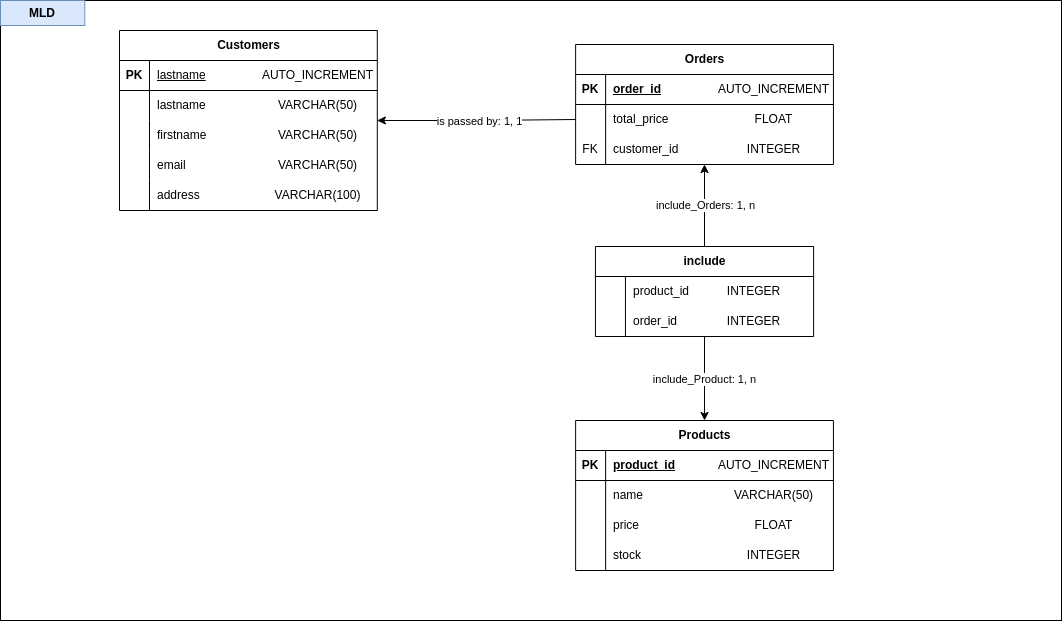
Earlier version of the draw.io export doc/Merise/TP-MERISE-MLD.drawio.png (Huriaux/template-repository). Source tidied: cells renumbered, new cells last; positions are measured from the earlier drawing's top-left corner, leaving out a move shared by most shapes. Its diagram source:
```xml
<mxGraphModel>
  <root>
    <mxCell id="0" />
    <mxCell id="1" parent="0" />
    <mxCell id="2" style="group;" parent="1" vertex="1">
      <mxGeometry width="1061" height="620" as="geometry" />
    </mxCell>
    <mxCell id="3" style="rounded=0;whiteSpace=wrap;html=1;" parent="2" vertex="1">
      <mxGeometry width="1061" height="620" as="geometry" />
    </mxCell>
    <mxCell id="4" value="MLD" style="text;html=1;align=center;verticalAlign=middle;whiteSpace=wrap;rounded=0;fontStyle=1;fillColor=#dae8fc;strokeColor=#6c8ebf;" parent="2" vertex="1">
      <mxGeometry width="84.3" height="25" as="geometry" />
    </mxCell>
    <mxCell id="5" style="group;" parent="2" vertex="1">
      <mxGeometry x="575.1" y="420" width="257.8" height="150" as="geometry" />
    </mxCell>
    <mxCell id="6" value="Products" style="shape=table;startSize=30;rowLines=0;fontStyle=1;align=center;html=1;" parent="5" vertex="1">
      <mxGeometry width="257.8" height="150" as="geometry" />
    </mxCell>
    <mxCell id="7" style="shape=tableRow;horizontal=0;startSize=0;swimlaneHead=0;swimlaneBody=0;fillColor=none;top=0;left=0;right=0;bottom=1;" parent="6" vertex="1">
      <mxGeometry y="30" width="257.8" height="30" as="geometry" />
    </mxCell>
    <mxCell id="8" value="PK" style="shape=partialRectangle;fillColor=none;top=0;left=0;bottom=0;right=0;fontStyle=1;overflow=hidden;whiteSpace=wrap;html=1;" parent="7" vertex="1">
      <mxGeometry width="30" height="30" as="geometry" />
    </mxCell>
    <mxCell id="9" value="product_id" style="shape=partialRectangle;fillColor=none;top=0;left=0;bottom=0;right=0;align=left;spacingLeft=6;fontStyle=5;overflow=hidden;whiteSpace=wrap;html=1;" parent="7" vertex="1">
      <mxGeometry x="30" width="227.8" height="30" as="geometry" />
    </mxCell>
    <mxCell id="10" style="shape=tableRow;horizontal=0;startSize=0;swimlaneHead=0;swimlaneBody=0;fillColor=none;top=0;left=0;right=0;bottom=0;" parent="6" vertex="1">
      <mxGeometry y="60" width="257.8" height="30" as="geometry" />
    </mxCell>
    <mxCell id="11" style="shape=partialRectangle;fillColor=none;top=0;left=0;bottom=0;right=0;overflow=hidden;whiteSpace=wrap;html=1;" parent="10" vertex="1">
      <mxGeometry width="30" height="30" as="geometry" />
    </mxCell>
    <mxCell id="12" value="name" style="shape=partialRectangle;fillColor=none;top=0;left=0;bottom=0;right=0;align=left;spacingLeft=6;overflow=hidden;whiteSpace=wrap;html=1;" parent="10" vertex="1">
      <mxGeometry x="30" width="227.8" height="30" as="geometry" />
    </mxCell>
    <mxCell id="13" style="shape=tableRow;horizontal=0;startSize=0;swimlaneHead=0;swimlaneBody=0;fillColor=none;top=0;left=0;right=0;bottom=0;" parent="6" vertex="1">
      <mxGeometry y="90" width="257.8" height="30" as="geometry" />
    </mxCell>
    <mxCell id="14" style="shape=partialRectangle;fillColor=none;top=0;left=0;bottom=0;right=0;overflow=hidden;whiteSpace=wrap;html=1;" parent="13" vertex="1">
      <mxGeometry width="30" height="30" as="geometry" />
    </mxCell>
    <mxCell id="15" value="price" style="shape=partialRectangle;fillColor=none;top=0;left=0;bottom=0;right=0;align=left;spacingLeft=6;overflow=hidden;whiteSpace=wrap;html=1;" parent="13" vertex="1">
      <mxGeometry x="30" width="227.8" height="30" as="geometry" />
    </mxCell>
    <mxCell id="16" style="shape=tableRow;horizontal=0;startSize=0;swimlaneHead=0;swimlaneBody=0;fillColor=none;top=0;left=0;right=0;bottom=0;" parent="6" vertex="1">
      <mxGeometry y="120" width="257.8" height="30" as="geometry" />
    </mxCell>
    <mxCell id="17" style="shape=partialRectangle;fillColor=none;top=0;left=0;bottom=0;right=0;overflow=hidden;whiteSpace=wrap;html=1;" parent="16" vertex="1">
      <mxGeometry width="30" height="30" as="geometry" />
    </mxCell>
    <mxCell id="18" value="stock" style="shape=partialRectangle;fillColor=none;top=0;left=0;bottom=0;right=0;align=left;spacingLeft=6;overflow=hidden;whiteSpace=wrap;html=1;" parent="16" vertex="1">
      <mxGeometry x="30" width="227.8" height="30" as="geometry" />
    </mxCell>
    <mxCell id="19" value="AUTO_INCREMENT" style="text;html=1;align=center;verticalAlign=middle;whiteSpace=wrap;rounded=0;" parent="5" vertex="1">
      <mxGeometry x="138.8" y="30" width="119" height="30" as="geometry" />
    </mxCell>
    <mxCell id="20" value="VARCHAR(50)" style="text;html=1;align=center;verticalAlign=middle;whiteSpace=wrap;rounded=0;" parent="5" vertex="1">
      <mxGeometry x="138.8" y="60" width="119" height="30" as="geometry" />
    </mxCell>
    <mxCell id="21" value="FLOAT" style="text;html=1;align=center;verticalAlign=middle;whiteSpace=wrap;rounded=0;" parent="5" vertex="1">
      <mxGeometry x="138.8" y="90" width="119" height="30" as="geometry" />
    </mxCell>
    <mxCell id="22" value="INTEGER" style="text;html=1;align=center;verticalAlign=middle;whiteSpace=wrap;rounded=0;" parent="5" vertex="1">
      <mxGeometry x="138.8" y="120" width="119" height="30" as="geometry" />
    </mxCell>
    <mxCell id="23" style="group;" parent="2" vertex="1">
      <mxGeometry x="575.1" y="44" width="257.8" height="120" as="geometry" />
    </mxCell>
    <mxCell id="24" style="group;" parent="23" vertex="1">
      <mxGeometry width="257.8" height="90" as="geometry" />
    </mxCell>
    <mxCell id="25" value="Orders" style="shape=table;startSize=30;rowLines=0;fontStyle=1;align=center;html=1;" parent="24" vertex="1">
      <mxGeometry width="257.8" height="120" as="geometry" />
    </mxCell>
    <mxCell id="26" style="shape=tableRow;horizontal=0;startSize=0;swimlaneHead=0;swimlaneBody=0;fillColor=none;top=0;left=0;right=0;bottom=1;" parent="25" vertex="1">
      <mxGeometry y="30" width="257.8" height="30" as="geometry" />
    </mxCell>
    <mxCell id="27" value="PK" style="shape=partialRectangle;fillColor=none;top=0;left=0;bottom=0;right=0;fontStyle=1;overflow=hidden;whiteSpace=wrap;html=1;" parent="26" vertex="1">
      <mxGeometry width="30" height="30" as="geometry" />
    </mxCell>
    <mxCell id="28" value="order_id" style="shape=partialRectangle;fillColor=none;top=0;left=0;bottom=0;right=0;align=left;spacingLeft=6;fontStyle=5;overflow=hidden;whiteSpace=wrap;html=1;" parent="26" vertex="1">
      <mxGeometry x="30" width="227.8" height="30" as="geometry" />
    </mxCell>
    <mxCell id="29" style="shape=tableRow;horizontal=0;startSize=0;swimlaneHead=0;swimlaneBody=0;fillColor=none;points=[[0,0.5],[1,0.5]];portConstraint=eastwest;top=0;left=0;right=0;bottom=0;" parent="25" vertex="1">
      <mxGeometry y="60" width="257.8" height="30" as="geometry" />
    </mxCell>
    <mxCell id="30" style="shape=partialRectangle;fillColor=none;top=0;left=0;bottom=0;right=0;overflow=hidden;whiteSpace=wrap;html=1;" parent="29" vertex="1">
      <mxGeometry width="30" height="30" as="geometry" />
    </mxCell>
    <mxCell id="31" value="total_price" style="shape=partialRectangle;fillColor=none;top=0;left=0;bottom=0;right=0;align=left;spacingLeft=6;overflow=hidden;whiteSpace=wrap;html=1;" parent="29" vertex="1">
      <mxGeometry x="30" width="227.8" height="30" as="geometry" />
    </mxCell>
    <mxCell id="32" style="shape=tableRow;horizontal=0;startSize=0;swimlaneHead=0;swimlaneBody=0;fillColor=none;top=0;left=0;right=0;bottom=0;" parent="25" vertex="1">
      <mxGeometry y="90" width="257.8" height="30" as="geometry" />
    </mxCell>
    <mxCell id="33" value="FK" style="shape=partialRectangle;fillColor=none;top=0;left=0;bottom=0;right=0;overflow=hidden;whiteSpace=wrap;html=1;" parent="32" vertex="1">
      <mxGeometry width="30" height="30" as="geometry" />
    </mxCell>
    <mxCell id="34" value="customer_id" style="shape=partialRectangle;fillColor=none;top=0;left=0;bottom=0;right=0;align=left;spacingLeft=6;overflow=hidden;whiteSpace=wrap;html=1;" parent="32" vertex="1">
      <mxGeometry x="30" width="227.8" height="30" as="geometry" />
    </mxCell>
    <mxCell id="35" value="AUTO_INCREMENT" style="text;html=1;align=center;verticalAlign=middle;whiteSpace=wrap;rounded=0;" parent="24" vertex="1">
      <mxGeometry x="138.8" y="30" width="119" height="30" as="geometry" />
    </mxCell>
    <mxCell id="36" value="FLOAT" style="text;html=1;align=center;verticalAlign=middle;whiteSpace=wrap;rounded=0;" parent="24" vertex="1">
      <mxGeometry x="138.8" y="60" width="119" height="30" as="geometry" />
    </mxCell>
    <mxCell id="37" value="INTEGER" style="text;html=1;align=center;verticalAlign=middle;whiteSpace=wrap;rounded=0;" parent="23" vertex="1">
      <mxGeometry x="138.8" y="90" width="119" height="30" as="geometry" />
    </mxCell>
    <mxCell id="38" style="group;" parent="2" vertex="1">
      <mxGeometry x="119" y="30" width="257.8" height="180" as="geometry" />
    </mxCell>
    <mxCell id="39" value="Customers" style="shape=table;startSize=30;rowLines=0;fontStyle=1;align=center;html=1;" parent="38" vertex="1">
      <mxGeometry width="257.8" height="180" as="geometry" />
    </mxCell>
    <mxCell id="40" style="shape=tableRow;horizontal=0;startSize=0;swimlaneHead=0;swimlaneBody=0;fillColor=none;top=0;left=0;right=0;bottom=1;" parent="39" vertex="1">
      <mxGeometry y="30" width="257.8" height="30" as="geometry" />
    </mxCell>
    <mxCell id="41" value="PK" style="shape=partialRectangle;fillColor=none;top=0;left=0;bottom=0;right=0;fontStyle=1;overflow=hidden;whiteSpace=wrap;html=1;" parent="40" vertex="1">
      <mxGeometry width="30" height="30" as="geometry" />
    </mxCell>
    <mxCell id="42" value="&lt;span style=&quot;font-weight: 400;&quot;&gt;lastname&lt;/span&gt;" style="shape=partialRectangle;fillColor=none;top=0;left=0;bottom=0;right=0;align=left;spacingLeft=6;fontStyle=5;overflow=hidden;whiteSpace=wrap;html=1;" parent="40" vertex="1">
      <mxGeometry x="30" width="227.8" height="30" as="geometry" />
    </mxCell>
    <mxCell id="43" style="shape=tableRow;horizontal=0;startSize=0;swimlaneHead=0;swimlaneBody=0;fillColor=none;top=0;left=0;right=0;bottom=0;" parent="39" vertex="1">
      <mxGeometry y="60" width="257.8" height="30" as="geometry" />
    </mxCell>
    <mxCell id="44" style="shape=partialRectangle;fillColor=none;top=0;left=0;bottom=0;right=0;overflow=hidden;whiteSpace=wrap;html=1;" parent="43" vertex="1">
      <mxGeometry width="30" height="30" as="geometry" />
    </mxCell>
    <mxCell id="45" value="lastname" style="shape=partialRectangle;fillColor=none;top=0;left=0;bottom=0;right=0;align=left;spacingLeft=6;overflow=hidden;whiteSpace=wrap;html=1;" parent="43" vertex="1">
      <mxGeometry x="30" width="227.8" height="30" as="geometry" />
    </mxCell>
    <mxCell id="46" style="shape=tableRow;horizontal=0;startSize=0;swimlaneHead=0;swimlaneBody=0;fillColor=none;top=0;left=0;right=0;bottom=0;" parent="39" vertex="1">
      <mxGeometry y="90" width="257.8" height="30" as="geometry" />
    </mxCell>
    <mxCell id="47" style="shape=partialRectangle;fillColor=none;top=0;left=0;bottom=0;right=0;overflow=hidden;whiteSpace=wrap;html=1;" parent="46" vertex="1">
      <mxGeometry width="30" height="30" as="geometry" />
    </mxCell>
    <mxCell id="48" value="firstname" style="shape=partialRectangle;fillColor=none;top=0;left=0;bottom=0;right=0;align=left;spacingLeft=6;overflow=hidden;whiteSpace=wrap;html=1;" parent="46" vertex="1">
      <mxGeometry x="30" width="227.8" height="30" as="geometry" />
    </mxCell>
    <mxCell id="49" style="shape=tableRow;horizontal=0;startSize=0;swimlaneHead=0;swimlaneBody=0;fillColor=none;top=0;left=0;right=0;bottom=0;" parent="39" vertex="1">
      <mxGeometry y="120" width="257.8" height="30" as="geometry" />
    </mxCell>
    <mxCell id="50" style="shape=partialRectangle;fillColor=none;top=0;left=0;bottom=0;right=0;overflow=hidden;whiteSpace=wrap;html=1;" parent="49" vertex="1">
      <mxGeometry width="30" height="30" as="geometry" />
    </mxCell>
    <mxCell id="51" value="email" style="shape=partialRectangle;fillColor=none;top=0;left=0;bottom=0;right=0;align=left;spacingLeft=6;overflow=hidden;whiteSpace=wrap;html=1;" parent="49" vertex="1">
      <mxGeometry x="30" width="227.8" height="30" as="geometry" />
    </mxCell>
    <mxCell id="52" style="shape=tableRow;horizontal=0;startSize=0;swimlaneHead=0;swimlaneBody=0;fillColor=none;top=0;left=0;right=0;bottom=0;" parent="39" vertex="1">
      <mxGeometry y="150" width="257.8" height="30" as="geometry" />
    </mxCell>
    <mxCell id="53" style="shape=partialRectangle;fillColor=none;top=0;left=0;bottom=0;right=0;overflow=hidden;whiteSpace=wrap;html=1;" parent="52" vertex="1">
      <mxGeometry width="30" height="30" as="geometry" />
    </mxCell>
    <mxCell id="54" value="address" style="shape=partialRectangle;fillColor=none;top=0;left=0;bottom=0;right=0;align=left;spacingLeft=6;overflow=hidden;whiteSpace=wrap;html=1;" parent="52" vertex="1">
      <mxGeometry x="30" width="227.8" height="30" as="geometry" />
    </mxCell>
    <mxCell id="55" value="AUTO_INCREMENT" style="text;html=1;align=center;verticalAlign=middle;whiteSpace=wrap;rounded=0;" parent="38" vertex="1">
      <mxGeometry x="138.8" y="30" width="119" height="30" as="geometry" />
    </mxCell>
    <mxCell id="56" value="VARCHAR(50)" style="text;html=1;align=center;verticalAlign=middle;whiteSpace=wrap;rounded=0;" parent="38" vertex="1">
      <mxGeometry x="138.8" y="60" width="119" height="30" as="geometry" />
    </mxCell>
    <mxCell id="57" value="VARCHAR(50)" style="text;html=1;align=center;verticalAlign=middle;whiteSpace=wrap;rounded=0;" parent="38" vertex="1">
      <mxGeometry x="138.8" y="90" width="119" height="30" as="geometry" />
    </mxCell>
    <mxCell id="58" value="VARCHAR(100)" style="text;html=1;align=center;verticalAlign=middle;whiteSpace=wrap;rounded=0;" parent="38" vertex="1">
      <mxGeometry x="138.8" y="150" width="119" height="30" as="geometry" />
    </mxCell>
    <mxCell id="59" value="VARCHAR(50)" style="text;html=1;align=center;verticalAlign=middle;whiteSpace=wrap;rounded=0;" parent="38" vertex="1">
      <mxGeometry x="138.8" y="120" width="119" height="30" as="geometry" />
    </mxCell>
    <mxCell id="60" style="group;" parent="2" vertex="1">
      <mxGeometry x="595" y="246" width="218.1" height="90" as="geometry" />
    </mxCell>
    <mxCell id="61" value="include" style="shape=table;startSize=30;rowLines=0;fontStyle=1;align=center;html=1;" parent="60" vertex="1">
      <mxGeometry width="218.1" height="90" as="geometry" />
    </mxCell>
    <mxCell id="62" style="shape=tableRow;horizontal=0;startSize=0;swimlaneHead=0;swimlaneBody=0;fillColor=none;top=0;left=0;right=0;bottom=0;" parent="61" vertex="1">
      <mxGeometry y="30" width="218.1" height="30" as="geometry" />
    </mxCell>
    <mxCell id="63" style="shape=partialRectangle;fillColor=none;top=0;left=0;bottom=0;right=0;overflow=hidden;whiteSpace=wrap;html=1;" parent="62" vertex="1">
      <mxGeometry width="30" height="30" as="geometry" />
    </mxCell>
    <mxCell id="64" value="product_id" style="shape=partialRectangle;fillColor=none;top=0;left=0;bottom=0;right=0;align=left;spacingLeft=6;overflow=hidden;whiteSpace=wrap;html=1;" parent="62" vertex="1">
      <mxGeometry x="30" width="188.1" height="30" as="geometry" />
    </mxCell>
    <mxCell id="65" style="shape=tableRow;horizontal=0;startSize=0;swimlaneHead=0;swimlaneBody=0;fillColor=none;top=0;left=0;right=0;bottom=0;" parent="61" vertex="1">
      <mxGeometry y="60" width="218.1" height="30" as="geometry" />
    </mxCell>
    <mxCell id="66" style="shape=partialRectangle;fillColor=none;top=0;left=0;bottom=0;right=0;overflow=hidden;whiteSpace=wrap;html=1;" parent="65" vertex="1">
      <mxGeometry width="30" height="30" as="geometry" />
    </mxCell>
    <mxCell id="67" value="order_id" style="shape=partialRectangle;fillColor=none;top=0;left=0;bottom=0;right=0;align=left;spacingLeft=6;overflow=hidden;whiteSpace=wrap;html=1;" parent="65" vertex="1">
      <mxGeometry x="30" width="188.1" height="30" as="geometry" />
    </mxCell>
    <mxCell id="68" value="INTEGER" style="text;html=1;align=center;verticalAlign=middle;whiteSpace=wrap;rounded=0;" parent="60" vertex="1">
      <mxGeometry x="99.2" y="60" width="119" height="30" as="geometry" />
    </mxCell>
    <mxCell id="69" value="INTEGER" style="text;html=1;align=center;verticalAlign=middle;whiteSpace=wrap;rounded=0;" parent="60" vertex="1">
      <mxGeometry x="99.2" y="30" width="119" height="30" as="geometry" />
    </mxCell>
    <mxCell id="70" style="edgeStyle=orthogonalEdgeStyle;rounded=0;jettySize=auto;html=1;entryX=0;entryY=0.5;entryDx=0;entryDy=0;startArrow=classic;startFill=1;endArrow=none;endFill=0;" parent="2" edge="1" source="39" target="29">
      <mxGeometry relative="1" as="geometry" />
    </mxCell>
    <mxCell id="71" value="is passed by: 1, 1" style="edgeLabel;html=1;align=center;verticalAlign=middle;" parent="70" vertex="1">
      <mxGeometry x="0.09" y="-3" relative="1" as="geometry">
        <mxPoint x="-6" y="-2" as="offset" />
      </mxGeometry>
    </mxCell>
    <mxCell id="72" style="edgeStyle=orthogonalEdgeStyle;rounded=0;jettySize=auto;html=1;startArrow=classic;startFill=1;endArrow=none;endFill=0;" parent="2" edge="1" source="25" target="61">
      <mxGeometry relative="1" as="geometry" />
    </mxCell>
    <mxCell id="73" value="include_Orders: 1, n" style="edgeLabel;html=1;align=center;verticalAlign=middle;" parent="72" vertex="1">
      <mxGeometry x="-0.01" relative="1" as="geometry" />
    </mxCell>
    <mxCell id="74" style="edgeStyle=orthogonalEdgeStyle;rounded=0;jettySize=auto;html=1;entryX=0.5;entryY=0;entryDx=0;entryDy=0;" parent="2" edge="1" source="61" target="6">
      <mxGeometry relative="1" as="geometry" />
    </mxCell>
    <mxCell id="75" value="include_Product: 1, n" style="edgeLabel;html=1;align=center;verticalAlign=middle;" parent="74" vertex="1">
      <mxGeometry y="-1" relative="1" as="geometry" />
    </mxCell>
  </root>
</mxGraphModel>
```
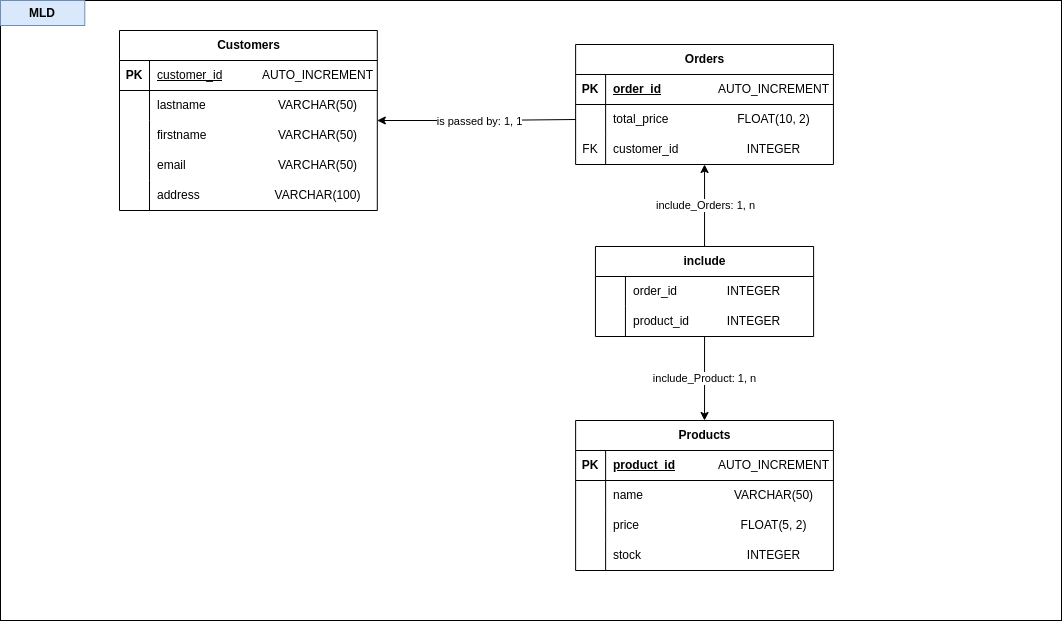
The same file after the commit.

Commit message:
chore(MERISE): correction of the MLD, typo on the Customers table and precision of the FLOAT attributes

Diff of the diagram source:
```diff
@@ -59,7 +59,7 @@
     <mxCell id="20" value="VARCHAR(50)" style="text;html=1;align=center;verticalAlign=middle;whiteSpace=wrap;rounded=0;" parent="5" vertex="1">
       <mxGeometry x="138.8" y="60" width="119" height="30" as="geometry" />
     </mxCell>
-    <mxCell id="21" value="FLOAT" style="text;html=1;align=center;verticalAlign=middle;whiteSpace=wrap;rounded=0;" parent="5" vertex="1">
+    <mxCell id="21" value="FLOAT(5, 2)" style="text;html=1;align=center;verticalAlign=middle;whiteSpace=wrap;rounded=0;" parent="5" vertex="1">
       <mxGeometry x="138.8" y="90" width="119" height="30" as="geometry" />
     </mxCell>
     <mxCell id="22" value="INTEGER" style="text;html=1;align=center;verticalAlign=middle;whiteSpace=wrap;rounded=0;" parent="5" vertex="1">
@@ -104,7 +104,7 @@
     <mxCell id="35" value="AUTO_INCREMENT" style="text;html=1;align=center;verticalAlign=middle;whiteSpace=wrap;rounded=0;" parent="24" vertex="1">
       <mxGeometry x="138.8" y="30" width="119" height="30" as="geometry" />
     </mxCell>
-    <mxCell id="36" value="FLOAT" style="text;html=1;align=center;verticalAlign=middle;whiteSpace=wrap;rounded=0;" parent="24" vertex="1">
+    <mxCell id="36" value="FLOAT(10, 2)" style="text;html=1;align=center;verticalAlign=middle;whiteSpace=wrap;rounded=0;" parent="24" vertex="1">
       <mxGeometry x="138.8" y="60" width="119" height="30" as="geometry" />
     </mxCell>
     <mxCell id="37" value="INTEGER" style="text;html=1;align=center;verticalAlign=middle;whiteSpace=wrap;rounded=0;" parent="23" vertex="1">
@@ -122,7 +122,7 @@
     <mxCell id="41" value="PK" style="shape=partialRectangle;fillColor=none;top=0;left=0;bottom=0;right=0;fontStyle=1;overflow=hidden;whiteSpace=wrap;html=1;" parent="40" vertex="1">
       <mxGeometry width="30" height="30" as="geometry" />
     </mxCell>
-    <mxCell id="42" value="&lt;span style=&quot;font-weight: 400;&quot;&gt;lastname&lt;/span&gt;" style="shape=partialRectangle;fillColor=none;top=0;left=0;bottom=0;right=0;align=left;spacingLeft=6;fontStyle=5;overflow=hidden;whiteSpace=wrap;html=1;" parent="40" vertex="1">
+    <mxCell id="42" value="&lt;span style=&quot;font-weight: 400;&quot;&gt;customer_id&lt;/span&gt;" style="shape=partialRectangle;fillColor=none;top=0;left=0;bottom=0;right=0;align=left;spacingLeft=6;fontStyle=5;overflow=hidden;whiteSpace=wrap;html=1;" parent="40" vertex="1">
       <mxGeometry x="30" width="227.8" height="30" as="geometry" />
     </mxCell>
     <mxCell id="43" style="shape=tableRow;horizontal=0;startSize=0;swimlaneHead=0;swimlaneBody=0;fillColor=none;top=0;left=0;right=0;bottom=0;" parent="39" vertex="1">
@@ -188,7 +188,7 @@
     <mxCell id="63" style="shape=partialRectangle;fillColor=none;top=0;left=0;bottom=0;right=0;overflow=hidden;whiteSpace=wrap;html=1;" parent="62" vertex="1">
       <mxGeometry width="30" height="30" as="geometry" />
     </mxCell>
-    <mxCell id="64" value="product_id" style="shape=partialRectangle;fillColor=none;top=0;left=0;bottom=0;right=0;align=left;spacingLeft=6;overflow=hidden;whiteSpace=wrap;html=1;" parent="62" vertex="1">
+    <mxCell id="64" value="order_id" style="shape=partialRectangle;fillColor=none;top=0;left=0;bottom=0;right=0;align=left;spacingLeft=6;overflow=hidden;whiteSpace=wrap;html=1;" parent="62" vertex="1">
       <mxGeometry x="30" width="188.1" height="30" as="geometry" />
     </mxCell>
     <mxCell id="65" style="shape=tableRow;horizontal=0;startSize=0;swimlaneHead=0;swimlaneBody=0;fillColor=none;top=0;left=0;right=0;bottom=0;" parent="61" vertex="1">
@@ -197,7 +197,7 @@
     <mxCell id="66" style="shape=partialRectangle;fillColor=none;top=0;left=0;bottom=0;right=0;overflow=hidden;whiteSpace=wrap;html=1;" parent="65" vertex="1">
       <mxGeometry width="30" height="30" as="geometry" />
     </mxCell>
-    <mxCell id="67" value="order_id" style="shape=partialRectangle;fillColor=none;top=0;left=0;bottom=0;right=0;align=left;spacingLeft=6;overflow=hidden;whiteSpace=wrap;html=1;" parent="65" vertex="1">
+    <mxCell id="67" value="product_id" style="shape=partialRectangle;fillColor=none;top=0;left=0;bottom=0;right=0;align=left;spacingLeft=6;overflow=hidden;whiteSpace=wrap;html=1;" parent="65" vertex="1">
       <mxGeometry x="30" width="188.1" height="30" as="geometry" />
     </mxCell>
     <mxCell id="68" value="INTEGER" style="text;html=1;align=center;verticalAlign=middle;whiteSpace=wrap;rounded=0;" parent="60" vertex="1">
```
